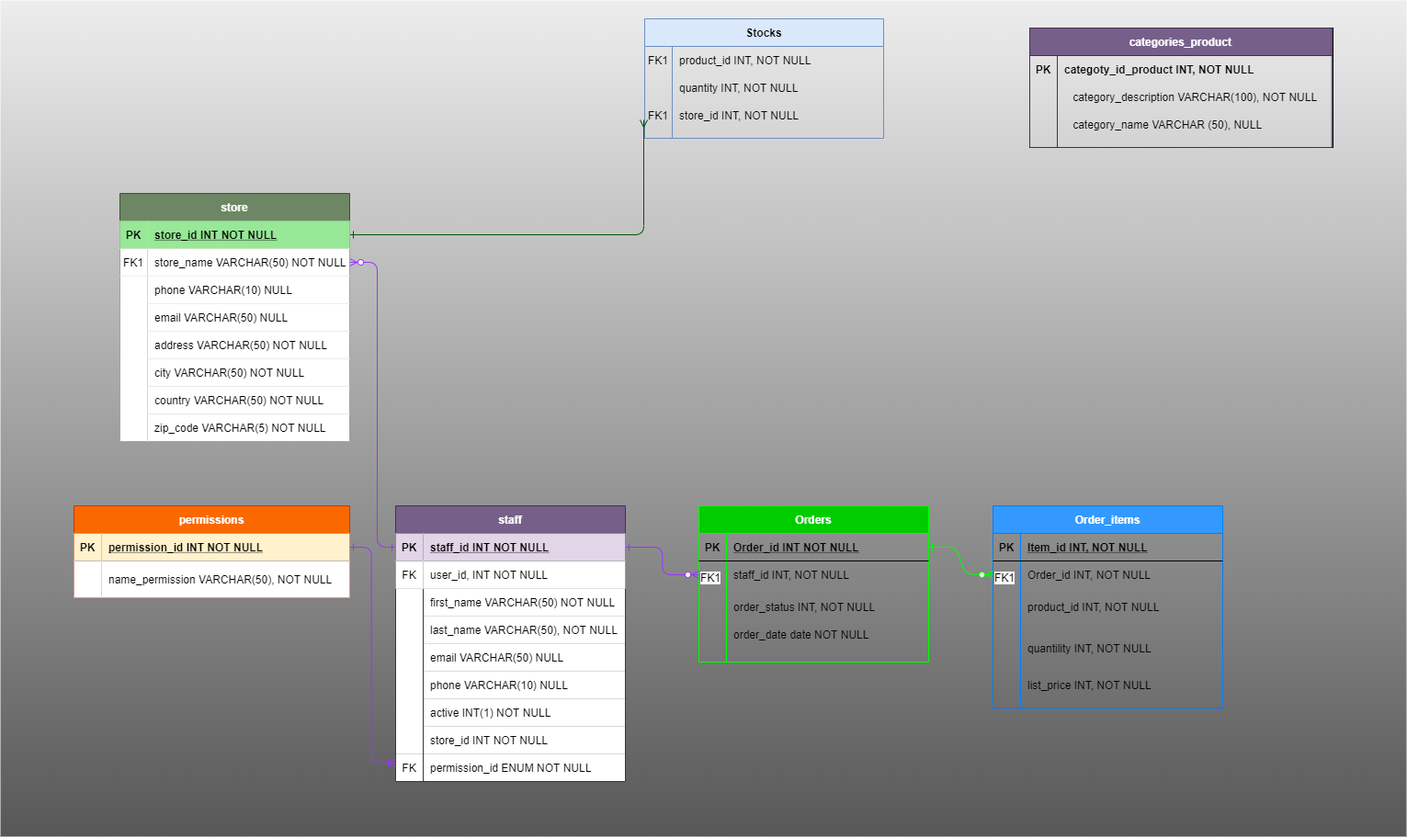
The draw.io diagram RestaSoft Diagram.png in RestaSoft/ERM-RestaSoft, before a commit. Source tidied: cells renumbered, new cells last; positions are measured from the earlier drawing's top-left corner, leaving out a move shared by most shapes.
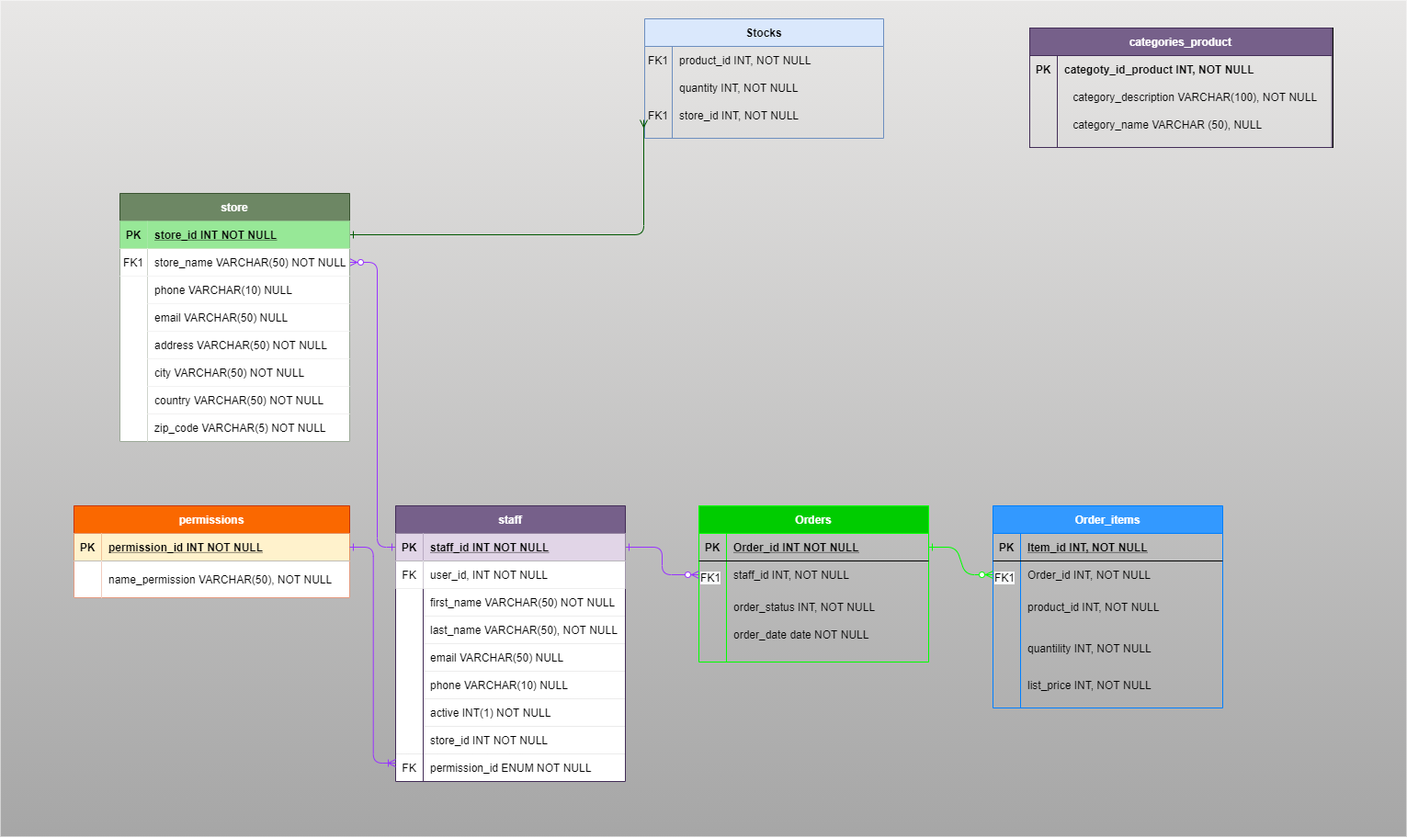
After the change.

Commit message:
change color backqround

Diff of the diagram source:
```diff
@@ -2,7 +2,7 @@
   <root>
     <mxCell id="0" />
     <mxCell id="1" parent="0" />
-    <mxCell id="2" style="rounded=0;whiteSpace=wrap;html=1;gradientDirection=south;gradientColor=#575757;fillColor=#EDEDED;strokeColor=none;" parent="1" vertex="1">
+    <mxCell id="2" style="rounded=0;whiteSpace=wrap;html=1;gradientDirection=south;strokeColor=none;fillColor=#E8E7E6;gradientColor=#A6A6A6;" parent="1" vertex="1">
       <mxGeometry width="1530" height="910" as="geometry" />
     </mxCell>
     <mxCell id="3" style="edgeStyle=elbowEdgeStyle;endArrow=ERzeroToMany;startArrow=ERone;endFill=1;startFill=0;fillColor=#76608a;exitX=0;exitY=0.5;exitDx=0;exitDy=0;strokeColor=#9933FF;" parent="1" edge="1" source="94" target="71">
```
